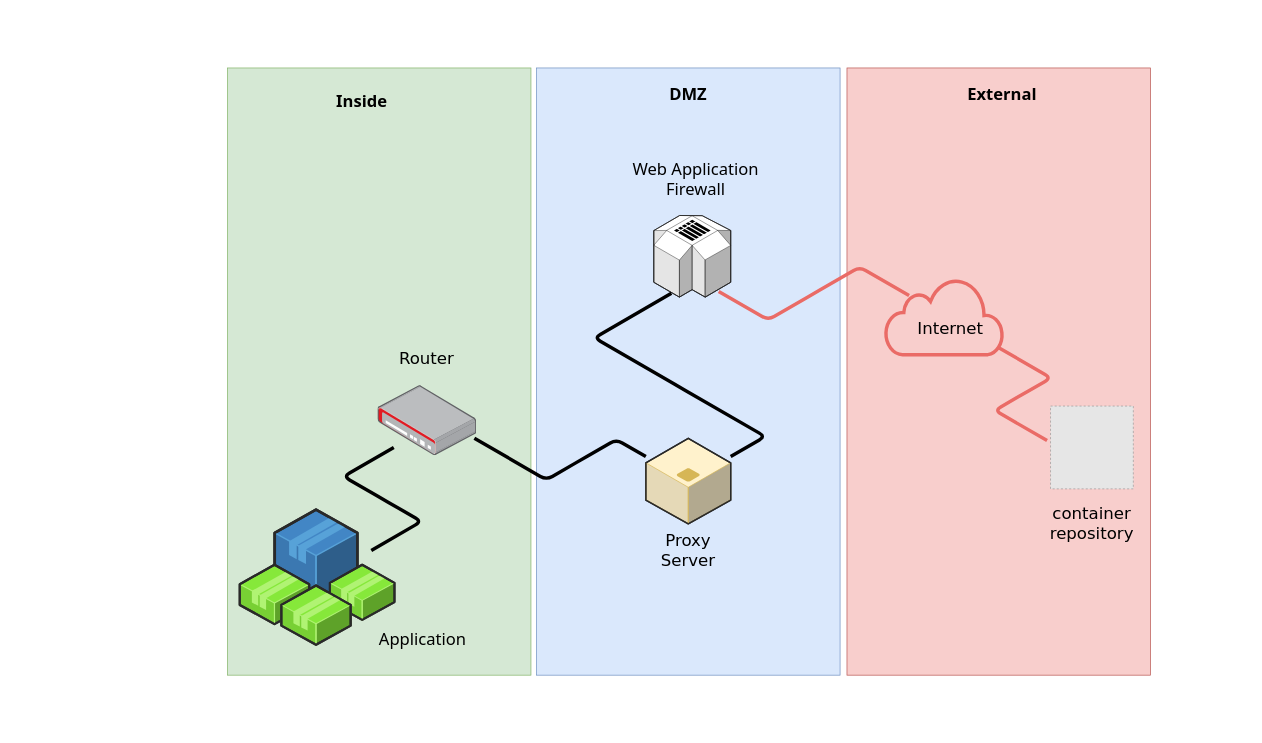
The draw.io diagram images/proxy.drawio in mattparko/taxonomy, before the edit. Source tidied: cells renumbered, new cells numbered last; positions are measured from the earlier drawing's top-left corner, leaving out a move shared by most shapes. Both pictures are drawn from the tidied source at 69%, with x=0, y=0 at pixel (227, 68). Pictures stored in the file or linked from it are replaced by grey dashed boxes.
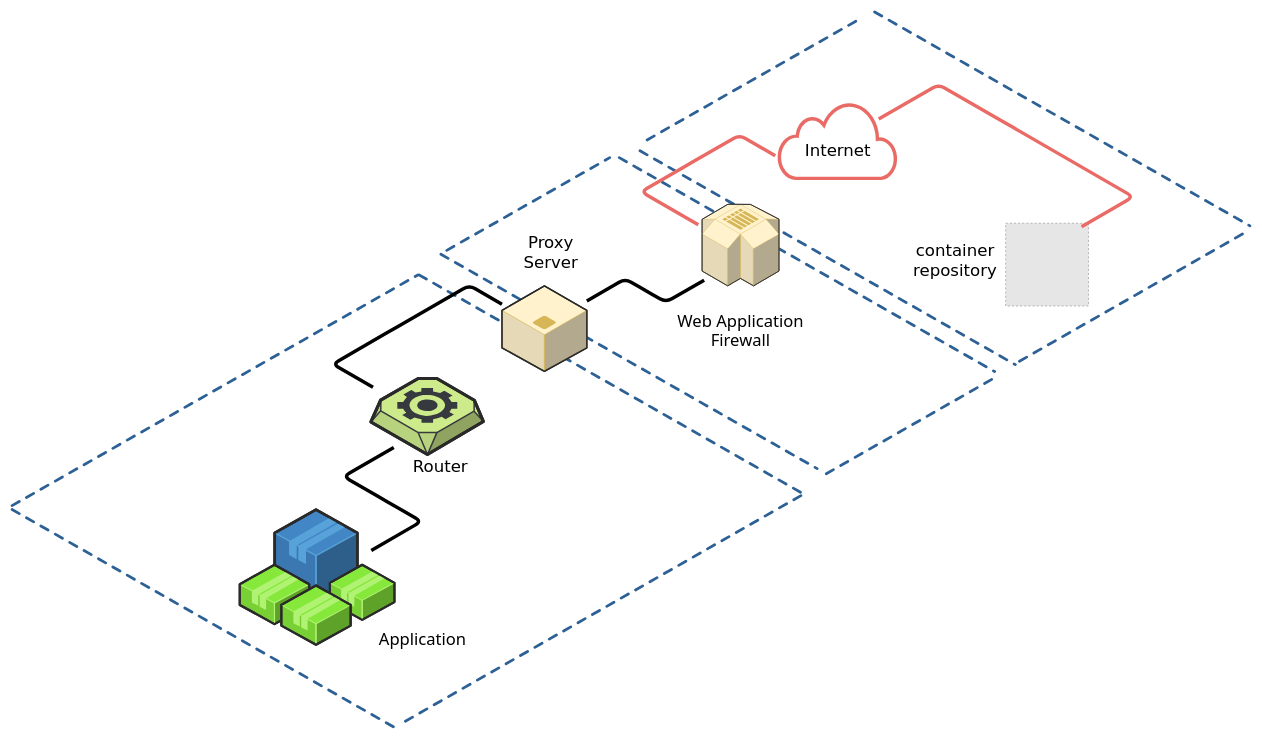
The same page after the edit.

Diff of the diagram source:
```diff
@@
-    <mxCell id="0" />
-    <mxCell id="1" parent="0" />
-    <mxCell id="2" style="rounded=0;whiteSpace=wrap;html=1;fontFamily=Tahoma;align=center;fillColor=#f8cecc;strokeColor=#b85450;" parent="1" vertex="1">
-      <mxGeometry x="898" width="440" height="880" as="geometry" />
-    </mxCell>
-    <mxCell id="3" style="rounded=0;whiteSpace=wrap;html=1;fontFamily=Tahoma;align=center;fillColor=#dae8fc;strokeColor=#6c8ebf;" parent="1" vertex="1">
-      <mxGeometry x="448" width="440" height="880" as="geometry" />
-    </mxCell>
-    <mxCell id="4" style="rounded=0;whiteSpace=wrap;html=1;fontFamily=Tahoma;align=center;fillColor=#d5e8d4;strokeColor=#82b366;" parent="1" vertex="1">
-      <mxGeometry width="440" height="880" as="geometry" />
-    </mxCell>
+    <mxCell id="28" />
+    <mxCell id="29" parent="28" />
+    <mxCell id="30" style="verticalLabelPosition=bottom;html=1;verticalAlign=top;strokeWidth=1;dashed=0;shape=mxgraph.aws3d.dashedArrowlessEdge;rounded=1;shadow=0;comic=0;fontFamily=Verdana;fontSize=12;" parent="29" vertex="1">
+      <mxGeometry x="598" y="120" width="544" height="310" as="geometry" />
+    </mxCell>
+    <mxCell id="31" style="verticalLabelPosition=bottom;html=1;verticalAlign=top;strokeWidth=1;dashed=0;shape=mxgraph.aws3d.dashedArrowlessEdge;rounded=1;shadow=0;comic=0;fontFamily=Verdana;fontSize=12;" parent="29" vertex="1">
+      <mxGeometry x="938" y="-81.2" width="544" height="310" as="geometry" />
+    </mxCell>
+    <mxCell id="32" style="verticalLabelPosition=bottom;html=1;verticalAlign=top;strokeWidth=1;dashed=0;shape=mxgraph.aws3d.dashedArrowlessEdge;rounded=1;shadow=0;comic=0;fontFamily=Verdana;fontSize=12;" parent="29" vertex="1">
+      <mxGeometry x="568" y="130" width="544" height="310" as="geometry" />
+    </mxCell>
+    <mxCell id="33" style="verticalLabelPosition=bottom;html=1;verticalAlign=top;strokeWidth=1;dashed=0;shape=mxgraph.aws3d.dashedArrowlessEdge;rounded=1;shadow=0;comic=0;fontFamily=Verdana;fontSize=12;" parent="29" vertex="1">
+      <mxGeometry x="309.5" y="270" width="545.3" height="310.7" as="geometry" />
+    </mxCell>
+    <mxCell id="34" style="verticalLabelPosition=bottom;html=1;verticalAlign=top;strokeWidth=1;dashed=0;shape=mxgraph.aws3d.dashedArrowlessEdge;rounded=1;shadow=0;comic=0;fontFamily=Verdana;fontSize=12;" parent="29" vertex="1">
+      <mxGeometry x="278" y="300" width="561.6" height="320" as="geometry" />
+    </mxCell>
-    <mxCell id="5" style="verticalLabelPosition=bottom;html=1;verticalAlign=top;strokeWidth=1;align=center;dashed=0;shape=mxgraph.aws3d.application;fillColor=#4286c5;strokeColor=#57A2D8;" parent="1" vertex="1">
+    <mxCell id="5" style="verticalLabelPosition=bottom;html=1;verticalAlign=top;strokeWidth=1;align=center;dashed=0;shape=mxgraph.aws3d.application;fillColor=#4286c5;strokeColor=#57A2D8;" parent="29" vertex="1">
       <mxGeometry x="68.6" y="640" width="119.8" height="133" as="geometry" />
     </mxCell>
-    <mxCell id="6" style="verticalLabelPosition=bottom;html=1;verticalAlign=top;strokeWidth=1;align=center;dashed=0;shape=mxgraph.aws3d.application2;fillColor=#86E83A;strokeColor=#B0F373;" parent="1" vertex="1">
+    <mxCell id="6" style="verticalLabelPosition=bottom;html=1;verticalAlign=top;strokeWidth=1;align=center;dashed=0;shape=mxgraph.aws3d.application2;fillColor=#86E83A;strokeColor=#B0F373;" parent="29" vertex="1">
       <mxGeometry x="148.6" y="720" width="93.6" height="80" as="geometry" />
     </mxCell>
-    <mxCell id="7" style="verticalLabelPosition=bottom;html=1;verticalAlign=top;strokeWidth=1;dashed=0;shape=mxgraph.aws3d.simpleDb2;rounded=1;shadow=0;comic=0;fontSize=12;" parent="1" vertex="1">
-      <mxGeometry x="618" y="213.8" width="111.5" height="118.3" as="geometry" />
-    </mxCell>
-    <mxCell id="8" style="html=1;align=center;shadow=0;dashed=0;image;image=img/lib/allied_telesis/security/Router_VPN.svg;" parent="1" vertex="1">
-      <mxGeometry x="218" y="460" width="143.5" height="101.9" as="geometry" />
-    </mxCell>
-    <mxCell id="9" style="html=1;verticalLabelPosition=bottom;align=center;labelBackgroundColor=#ffffff;verticalAlign=top;strokeWidth=5;shadow=0;dashed=0;shape=mxgraph.ios7.icons.cloud;fillColor=none;strokeColor=#EA6B66;" parent="1" vertex="1">
-      <mxGeometry x="954" y="305.5" width="170" height="110" as="geometry" />
-    </mxCell>
+    <mxCell id="35" style="verticalLabelPosition=bottom;html=1;verticalAlign=top;strokeWidth=1;dashed=0;shape=mxgraph.aws3d.simpleDb2;rounded=1;shadow=0;comic=0;fontSize=12;fillColor=#fff2cc;strokeColor=#d6b656;" parent="29" vertex="1">
+      <mxGeometry x="688" y="197.5" width="111.5" height="118.3" as="geometry" />
+    </mxCell>
+    <mxCell id="36" style="html=1;verticalLabelPosition=bottom;align=center;labelBackgroundColor=#ffffff;verticalAlign=top;strokeWidth=5;shadow=0;dashed=0;shape=mxgraph.ios7.icons.cloud;fillColor=none;strokeColor=#EA6B66;" parent="29" vertex="1">
+      <mxGeometry x="799.5" y="50" width="170" height="110" as="geometry" />
+    </mxCell>
-    <mxCell id="10" value="&lt;div&gt;&lt;span style=&quot;font-size: 24px&quot;&gt;Web Application Firewall&lt;/span&gt;&lt;/div&gt;&lt;div&gt;&lt;br&gt;&lt;/div&gt;" style="text;html=1;strokeColor=none;fillColor=none;align=center;verticalAlign=middle;whiteSpace=wrap;rounded=0;fontStyle=0;fontFamily=Tahoma;" parent="1" vertex="1">
-      <mxGeometry x="568" y="130" width="222" height="76.7" as="geometry" />
+    <mxCell id="10" value="&lt;div&gt;&lt;span style=&quot;font-size: 24px&quot;&gt;Web Application Firewall&lt;/span&gt;&lt;/div&gt;&lt;div&gt;&lt;br&gt;&lt;/div&gt;" style="text;html=1;strokeColor=none;fillColor=none;align=center;verticalAlign=middle;whiteSpace=wrap;rounded=0;fontStyle=0;fontFamily=Tahoma;" parent="29" vertex="1">
+      <mxGeometry x="632.8" y="350" width="222" height="76.7" as="geometry" />
     </mxCell>
-    <mxCell id="11" value="&lt;span style=&quot;font-size: 24px&quot;&gt;Internet&lt;/span&gt;" style="text;html=1;strokeColor=none;fillColor=none;align=center;verticalAlign=middle;whiteSpace=wrap;rounded=0;fontStyle=0;fontFamily=Verdana;strokeWidth=5;" parent="1" vertex="1">
-      <mxGeometry x="1008" y="350" width="80" height="55.5" as="geometry" />
+    <mxCell id="11" value="&lt;span style=&quot;font-size: 24px&quot;&gt;Internet&lt;/span&gt;" style="text;html=1;strokeColor=none;fillColor=none;align=center;verticalAlign=middle;whiteSpace=wrap;rounded=0;fontStyle=0;fontFamily=Verdana;strokeWidth=5;" parent="29" vertex="1">
+      <mxGeometry x="844.5" y="92" width="80" height="55.5" as="geometry" />
     </mxCell>
-    <mxCell id="12" style="fillColor=#E6E6E6;strokeColor=#999999;dashed=1;verticalLabelPosition=bottom;verticalAlign=top;" parent="1" vertex="1">
-      <mxGeometry x="1193" y="490" width="120" height="120" as="geometry" />
-    </mxCell>
+    <mxCell id="37" style="fillColor=#E6E6E6;strokeColor=#999999;dashed=1;verticalLabelPosition=bottom;verticalAlign=top;" parent="29" vertex="1">
+      <mxGeometry x="1128" y="225" width="120" height="120" as="geometry" />
+    </mxCell>
-    <mxCell id="13" value="&lt;div style=&quot;font-size: 24px&quot;&gt;&lt;span&gt;container repository&lt;/span&gt;&lt;br&gt;&lt;/div&gt;" style="text;html=1;strokeColor=none;fillColor=none;align=center;verticalAlign=middle;whiteSpace=wrap;rounded=0;fontFamily=Verdana;fontStyle=0;" parent="1" vertex="1">
-      <mxGeometry x="1168" y="610" width="170" height="100" as="geometry" />
+    <mxCell id="13" value="&lt;div style=&quot;font-size: 24px&quot;&gt;&lt;span&gt;container repository&lt;/span&gt;&lt;br&gt;&lt;/div&gt;" style="text;html=1;strokeColor=none;fillColor=none;align=center;verticalAlign=middle;whiteSpace=wrap;rounded=0;fontFamily=Verdana;fontStyle=0;" parent="29" vertex="1">
+      <mxGeometry x="969.5" y="228.8" width="170" height="100" as="geometry" />
     </mxCell>
-    <mxCell id="14" style="edgeStyle=isometricEdgeStyle;endArrow=none;html=1;entryX=0.229;entryY=0.954;entryDx=0;entryDy=0;entryPerimeter=0;strokeWidth=5;" parent="1" edge="1" source="19" target="7">
-      <mxGeometry relative="1" as="geometry" />
-    </mxCell>
-    <mxCell id="15" style="edgeStyle=isometricEdgeStyle;endArrow=none;html=1;elbow=vertical;strokeColor=#EA6B66;strokeWidth=5;" parent="1" edge="1">
-      <mxGeometry x="0.33" y="-53" relative="1" as="geometry">
-        <mxPoint x="1188" y="540" as="sourcePoint" />
-        <mxPoint x="1118" y="405.5" as="targetPoint" />
-        <mxPoint y="1" as="offset" />
-      </mxGeometry>
-    </mxCell>
-    <mxCell id="16" style="verticalLabelPosition=bottom;html=1;verticalAlign=top;strokeWidth=1;align=center;dashed=0;shape=mxgraph.aws3d.application2;fillColor=#86E83A;strokeColor=#B0F373;" parent="1" vertex="1">
+    <mxCell id="16" style="verticalLabelPosition=bottom;html=1;verticalAlign=top;strokeWidth=1;align=center;dashed=0;shape=mxgraph.aws3d.application2;fillColor=#86E83A;strokeColor=#B0F373;" parent="29" vertex="1">
       <mxGeometry x="18" y="720" width="100.6" height="86" as="geometry" />
     </mxCell>
-    <mxCell id="17" style="verticalLabelPosition=bottom;html=1;verticalAlign=top;strokeWidth=1;align=center;dashed=0;shape=mxgraph.aws3d.application2;fillColor=#86E83A;strokeColor=#B0F373;" parent="1" vertex="1">
+    <mxCell id="17" style="verticalLabelPosition=bottom;html=1;verticalAlign=top;strokeWidth=1;align=center;dashed=0;shape=mxgraph.aws3d.application2;fillColor=#86E83A;strokeColor=#B0F373;" parent="29" vertex="1">
       <mxGeometry x="78.2" y="750" width="100.6" height="86" as="geometry" />
     </mxCell>
-    <mxCell id="18" value="&lt;div&gt;&lt;span style=&quot;font-size: 24px&quot;&gt;Router&lt;/span&gt;&lt;/div&gt;" style="text;html=1;strokeColor=none;fillColor=none;align=center;verticalAlign=middle;whiteSpace=wrap;rounded=0;fontStyle=0;fontFamily=Verdana;" parent="1" vertex="1">
-      <mxGeometry x="218" y="383.3" width="142" height="76.7" as="geometry" />
+    <mxCell id="18" value="&lt;div&gt;&lt;span style=&quot;font-size: 24px&quot;&gt;Router&lt;/span&gt;&lt;/div&gt;" style="text;html=1;strokeColor=none;fillColor=none;align=center;verticalAlign=middle;whiteSpace=wrap;rounded=0;fontStyle=0;fontFamily=Verdana;" parent="29" vertex="1">
+      <mxGeometry x="238" y="540" width="142" height="76.7" as="geometry" />
     </mxCell>
-    <mxCell id="19" style="verticalLabelPosition=bottom;html=1;verticalAlign=top;strokeWidth=1;align=center;outlineConnect=0;dashed=0;outlineConnect=0;shape=mxgraph.aws3d.application_server;fillColor=#fff2cc;strokeColor=#d6b656;fontFamily=Tahoma;" parent="1" vertex="1">
-      <mxGeometry x="606.5" y="536.7" width="123" height="124" as="geometry" />
-    </mxCell>
-    <mxCell id="20" style="edgeStyle=isometricEdgeStyle;endArrow=none;html=1;strokeWidth=5;" parent="1" edge="1">
-      <mxGeometry relative="1" as="geometry">
-        <mxPoint x="208.6" y="699.2" as="sourcePoint" />
-        <mxPoint x="241.2" y="550" as="targetPoint" />
-      </mxGeometry>
-    </mxCell>
+    <mxCell id="38" style="verticalLabelPosition=bottom;html=1;verticalAlign=top;strokeWidth=1;align=center;outlineConnect=0;dashed=0;outlineConnect=0;shape=mxgraph.aws3d.application_server;fillColor=#fff2cc;strokeColor=#d6b656;fontFamily=Tahoma;" parent="29" vertex="1">
+      <mxGeometry x="398" y="315.8" width="123" height="124" as="geometry" />
+    </mxCell>
+    <mxCell id="39" style="edgeStyle=isometricEdgeStyle;endArrow=none;html=1;strokeWidth=5;" parent="29" edge="1">
+      <mxGeometry relative="1" as="geometry">
+        <mxPoint x="208.6" y="699.2" as="sourcePoint" />
+        <mxPoint x="241.2" y="550" as="targetPoint" />
+      </mxGeometry>
+    </mxCell>
-    <mxCell id="21" value="&lt;div&gt;&lt;span style=&quot;font-size: 24px&quot;&gt;Application&lt;/span&gt;&lt;/div&gt;" style="text;html=1;strokeColor=none;fillColor=none;align=left;verticalAlign=middle;whiteSpace=wrap;rounded=0;fontStyle=0;fontFamily=Tahoma;" parent="1" vertex="1">
+    <mxCell id="21" value="&lt;div&gt;&lt;span style=&quot;font-size: 24px&quot;&gt;Application&lt;/span&gt;&lt;/div&gt;" style="text;html=1;strokeColor=none;fillColor=none;align=left;verticalAlign=middle;whiteSpace=wrap;rounded=0;fontStyle=0;fontFamily=Tahoma;" parent="29" vertex="1">
       <mxGeometry x="218" y="790" width="222" height="76.7" as="geometry" />
     </mxCell>
-    <mxCell id="22" style="edgeStyle=isometricEdgeStyle;endArrow=none;html=1;elbow=vertical;strokeWidth=5;" parent="1" edge="1" source="19">
-      <mxGeometry x="0.33" y="-53" relative="1" as="geometry">
-        <mxPoint x="358" y="536.7" as="targetPoint" />
-        <mxPoint y="1" as="offset" />
-      </mxGeometry>
-    </mxCell>
+    <mxCell id="40" style="edgeStyle=isometricEdgeStyle;endArrow=none;html=1;elbow=vertical;strokeWidth=5;entryX=-0.048;entryY=0.028;entryDx=0;entryDy=0;entryPerimeter=0;" parent="29" edge="1" source="38">
+      <mxGeometry x="0.33" y="-53" relative="1" as="geometry">
+        <mxPoint x="211.1" y="462.9" as="targetPoint" />
+        <Array as="points">
+          <mxPoint x="238" y="380" />
+        </Array>
+        <mxPoint y="1" as="offset" />
+      </mxGeometry>
+    </mxCell>
-    <mxCell id="23" value="&lt;div&gt;&lt;span style=&quot;font-size: 24px&quot;&gt;Proxy Server&lt;/span&gt;&lt;/div&gt;" style="text;html=1;strokeColor=none;fillColor=none;align=center;verticalAlign=middle;whiteSpace=wrap;rounded=0;fontStyle=0;fontFamily=Verdana;" parent="1" vertex="1">
-      <mxGeometry x="597" y="660.7" width="142" height="76.7" as="geometry" />
+    <mxCell id="23" value="&lt;div&gt;&lt;span style=&quot;font-size: 24px&quot;&gt;Proxy Server&lt;/span&gt;&lt;/div&gt;" style="text;html=1;strokeColor=none;fillColor=none;align=center;verticalAlign=middle;whiteSpace=wrap;rounded=0;fontStyle=0;fontFamily=Verdana;" parent="29" vertex="1">
+      <mxGeometry x="398" y="228.8" width="142" height="76.7" as="geometry" />
     </mxCell>
-    <mxCell id="24" style="edgeStyle=isometricEdgeStyle;endArrow=none;html=1;elbow=vertical;entryX=0.844;entryY=0.93;entryDx=0;entryDy=0;entryPerimeter=0;strokeColor=#EA6B66;strokeWidth=5;exitX=0.2;exitY=0.222;exitDx=0;exitDy=0;exitPerimeter=0;" parent="1" edge="1" source="9" target="7">
-      <mxGeometry x="0.33" y="-53" relative="1" as="geometry">
-        <mxPoint y="1" as="offset" />
-      </mxGeometry>
-    </mxCell>
-    <mxCell id="25" value="&lt;div&gt;&lt;span style=&quot;font-size: 24px&quot;&gt;Inside&lt;/span&gt;&lt;/div&gt;" style="text;html=1;strokeColor=none;fillColor=none;align=center;verticalAlign=middle;whiteSpace=wrap;rounded=0;fontStyle=1;fontFamily=Tahoma;" parent="1" vertex="1">
-      <mxGeometry x="124.4" y="10" width="142" height="76.7" as="geometry" />
-    </mxCell>
-    <mxCell id="26" value="&lt;span style=&quot;font-size: 24px&quot;&gt;DMZ&lt;/span&gt;" style="text;html=1;strokeColor=none;fillColor=none;align=center;verticalAlign=middle;whiteSpace=wrap;rounded=0;fontStyle=1;fontFamily=Tahoma;" parent="1" vertex="1">
-      <mxGeometry x="597" width="142" height="76.7" as="geometry" />
-    </mxCell>
-    <mxCell id="27" value="&lt;span style=&quot;font-size: 24px&quot;&gt;External&lt;/span&gt;" style="text;html=1;strokeColor=none;fillColor=none;align=center;verticalAlign=middle;whiteSpace=wrap;rounded=0;fontStyle=1;fontFamily=Tahoma;" parent="1" vertex="1">
-      <mxGeometry x="1052" width="142" height="76.7" as="geometry" />
-    </mxCell>
+    <mxCell id="41" style="edgeStyle=isometricEdgeStyle;endArrow=none;html=1;elbow=vertical;entryX=-0.049;entryY=0.251;entryDx=0;entryDy=0;entryPerimeter=0;strokeColor=#EA6B66;strokeWidth=5;exitX=-0.032;exitY=0.701;exitDx=0;exitDy=0;exitPerimeter=0;" parent="29" edge="1" source="36" target="35">
+      <mxGeometry x="0.33" y="-53" relative="1" as="geometry">
+        <Array as="points">
+          <mxPoint x="668" y="140" />
+        </Array>
+        <mxPoint y="1" as="offset" />
+      </mxGeometry>
+    </mxCell>
+    <mxCell id="42" style="edgeStyle=isometricEdgeStyle;endArrow=none;html=1;strokeColor=#000000;strokeWidth=5;fontFamily=Verdana;" parent="29" edge="1">
+      <mxGeometry relative="1" as="geometry">
+        <mxPoint x="521" y="337.6" as="sourcePoint" />
+        <mxPoint x="691" y="307.6" as="targetPoint" />
+      </mxGeometry>
+    </mxCell>
+    <mxCell id="43" style="edgeStyle=isometricEdgeStyle;endArrow=none;html=1;strokeWidth=5;fontFamily=Verdana;strokeColor=#EA6B66;exitX=0.85;exitY=0.218;exitDx=0;exitDy=0;exitPerimeter=0;" parent="29" edge="1" source="36">
+      <mxGeometry relative="1" as="geometry">
+        <mxPoint x="1238" y="230" as="targetPoint" />
+        <Array as="points">
+          <mxPoint x="1128" y="80" />
+        </Array>
+      </mxGeometry>
+    </mxCell>
+    <mxCell id="44" style="verticalLabelPosition=bottom;html=1;verticalAlign=top;strokeWidth=1;dashed=0;shape=mxgraph.aws3d.dashedArrowlessEdge;rounded=1;shadow=0;comic=0;fontFamily=Verdana;fontSize=12;" parent="29" vertex="1">
+      <mxGeometry x="-312" y="640" width="561.6" height="320" as="geometry" />
+    </mxCell>
+    <mxCell id="45" style="verticalLabelPosition=bottom;html=1;verticalAlign=top;strokeWidth=1;dashed=0;shape=mxgraph.aws3d.dashedArrowlessEdge;fillColor=#000000;rounded=1;shadow=0;comic=0;fontFamily=Verdana;fontSize=12;fontColor=#000000;flipV=1;" parent="29" vertex="1">
+      <mxGeometry x="-312" y="300" width="588" height="334.3" as="geometry" />
+    </mxCell>
+    <mxCell id="46" style="verticalLabelPosition=bottom;html=1;verticalAlign=top;strokeWidth=1;dashed=0;shape=mxgraph.aws3d.dashedArrowlessEdge;rounded=1;shadow=0;comic=0;fontFamily=Verdana;fontSize=12;flipV=1;" parent="29" vertex="1">
+      <mxGeometry x="258" y="616.7" width="578.7" height="330" as="geometry" />
+    </mxCell>
+    <mxCell id="47" style="verticalLabelPosition=bottom;html=1;verticalAlign=top;strokeWidth=1;dashed=0;shape=mxgraph.aws3d.dashedArrowlessEdge;fillColor=#000000;rounded=1;shadow=0;comic=0;fontFamily=Verdana;fontSize=12;fontColor=#000000;flipV=1;" parent="29" vertex="1">
+      <mxGeometry x="318" y="130" width="236.2" height="134.3" as="geometry" />
+    </mxCell>
+    <mxCell id="48" style="verticalLabelPosition=bottom;html=1;verticalAlign=top;strokeWidth=1;dashed=0;shape=mxgraph.aws3d.dashedArrowlessEdge;rounded=1;shadow=0;comic=0;fontFamily=Verdana;fontSize=12;flipV=1;" parent="29" vertex="1">
+      <mxGeometry x="868" y="450" width="242.2" height="138.1" as="geometry" />
+    </mxCell>
+    <mxCell id="49" style="verticalLabelPosition=bottom;html=1;verticalAlign=top;strokeWidth=1;dashed=0;shape=mxgraph.aws3d.dashedArrowlessEdge;rounded=1;shadow=0;comic=0;fontFamily=Verdana;fontSize=12;flipV=1;" parent="29" vertex="1">
+      <mxGeometry x="1148" y="240" width="324.4" height="185" as="geometry" />
+    </mxCell>
+    <mxCell id="50" style="verticalLabelPosition=bottom;html=1;verticalAlign=top;strokeWidth=1;dashed=0;shape=mxgraph.aws3d.dashedArrowlessEdge;fillColor=#000000;rounded=1;shadow=0;comic=0;fontFamily=Verdana;fontSize=12;fontColor=#000000;flipV=1;" parent="29" vertex="1">
+      <mxGeometry x="608.3" y="-70" width="306.5" height="174.3" as="geometry" />
+    </mxCell>
+    <mxCell id="51" style="verticalLabelPosition=bottom;html=1;verticalAlign=top;strokeWidth=1;align=center;dashed=0;shape=mxgraph.aws3d.worker;fillColor=#cdeb8b;strokeColor=#36393d;fontFamily=Verdana;" parent="29" vertex="1">
+      <mxGeometry x="208" y="450" width="163.1" height="110.2" as="geometry" />
+    </mxCell>
```
